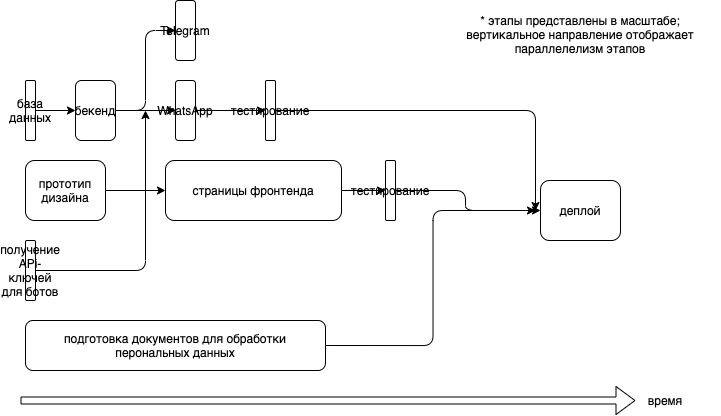
Earlier version of the draw.io export lab1-21.09.21/project_timeline.png (testpassword/Economics-of-software-engineering). Source tidied: cells renumbered, new cells last; positions are measured from the earlier drawing's top-left corner, leaving out a move shared by most shapes.
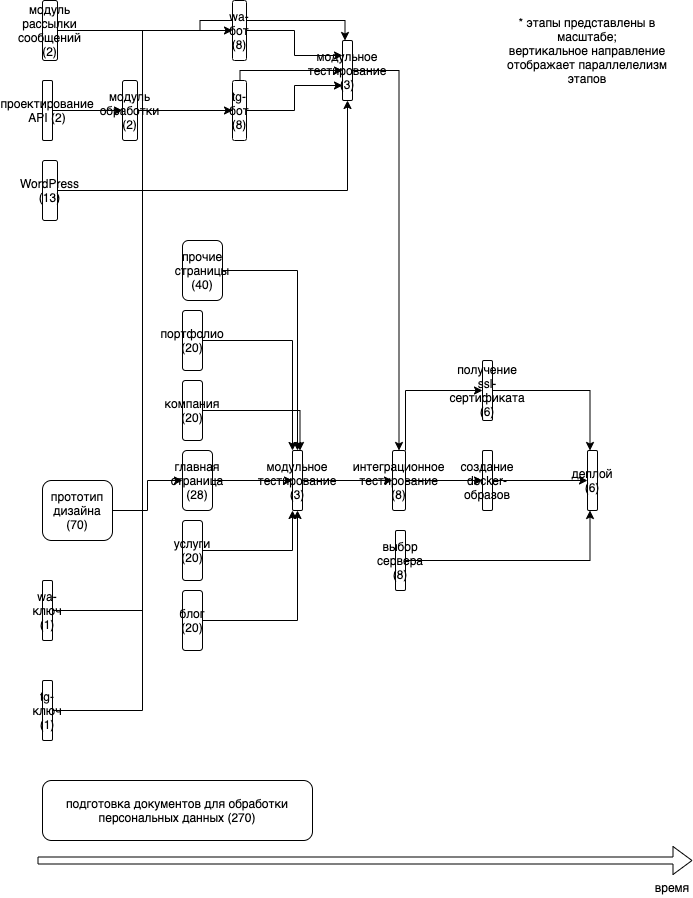
The same diagram one commit later.

Diff of the diagram source:
```diff
@@ -3,85 +3,151 @@
     <mxCell id="0" />
     <mxCell id="1" parent="0" />
     <mxCell id="2" value="время" style="text;html=1;strokeColor=none;fillColor=none;align=center;verticalAlign=middle;whiteSpace=wrap;rounded=0;" parent="1" vertex="1">
-      <mxGeometry x="625" y="390" width="40" height="20" as="geometry" />
+      <mxGeometry x="615" y="417" width="40" height="20" as="geometry" />
     </mxCell>
-    <mxCell id="3" value="подготовка документов для обработки перональных данных" style="rounded=1;whiteSpace=wrap;html=1;" parent="1" vertex="1">
-      <mxGeometry x="5" y="320" width="300" height="50" as="geometry" />
-    </mxCell>
-    <mxCell id="4" value="получение APi-ключей для ботов" style="rounded=1;whiteSpace=wrap;html=1;" parent="1" vertex="1">
-      <mxGeometry x="5" y="240" width="10" height="60" as="geometry" />
-    </mxCell>
-    <mxCell id="5" value="прототип дизайна" style="rounded=1;whiteSpace=wrap;html=1;" parent="1" vertex="1">
-      <mxGeometry x="5" y="160" width="80" height="60" as="geometry" />
-    </mxCell>
-    <mxCell id="6" value="страницы фронтенда" style="rounded=1;whiteSpace=wrap;html=1;" parent="1" vertex="1">
-      <mxGeometry x="145" y="160" width="176" height="60" as="geometry" />
-    </mxCell>
-    <mxCell id="7" value="тестирование" style="rounded=1;whiteSpace=wrap;html=1;" parent="1" vertex="1">
-      <mxGeometry x="365" y="160" width="10" height="60" as="geometry" />
-    </mxCell>
-    <mxCell id="8" value="база данных" style="rounded=1;whiteSpace=wrap;html=1;" parent="1" vertex="1">
-      <mxGeometry x="5" y="80" width="10" height="60" as="geometry" />
-    </mxCell>
-    <mxCell id="9" value="бекенд" style="rounded=1;whiteSpace=wrap;html=1;" parent="1" vertex="1">
-      <mxGeometry x="55" y="80" width="40" height="60" as="geometry" />
-    </mxCell>
-    <mxCell id="10" value="WhatsApp" style="rounded=1;whiteSpace=wrap;html=1;" parent="1" vertex="1">
-      <mxGeometry x="155" y="80" width="20" height="60" as="geometry" />
-    </mxCell>
-    <mxCell id="11" value="Telegram" style="rounded=1;whiteSpace=wrap;html=1;" parent="1" vertex="1">
-      <mxGeometry x="155" width="20" height="60" as="geometry" />
-    </mxCell>
-    <mxCell id="12" value="тестирование" style="rounded=1;whiteSpace=wrap;html=1;" parent="1" vertex="1">
-      <mxGeometry x="245" y="80" width="10" height="60" as="geometry" />
-    </mxCell>
-    <mxCell id="13" value="деплой" style="rounded=1;whiteSpace=wrap;html=1;" parent="1" vertex="1">
-      <mxGeometry x="520" y="180" width="80" height="60" as="geometry" />
-    </mxCell>
-    <mxCell id="14" style="endArrow=classic;html=1;exitX=1;exitY=0.5;exitDx=0;exitDy=0;entryX=0;entryY=0.5;entryDx=0;entryDy=0;" parent="1" edge="1" source="8" target="9">
-      <mxGeometry relative="1" as="geometry" />
-    </mxCell>
-    <mxCell id="15" style="endArrow=classic;html=1;exitX=1;exitY=0.5;exitDx=0;exitDy=0;entryX=0;entryY=0.5;entryDx=0;entryDy=0;" parent="1" edge="1" source="9" target="10">
-      <mxGeometry relative="1" as="geometry" />
-    </mxCell>
-    <mxCell id="16" style="endArrow=classic;html=1;exitX=1;exitY=0.5;exitDx=0;exitDy=0;entryX=0;entryY=0.5;entryDx=0;entryDy=0;edgeStyle=orthogonalEdgeStyle;elbow=vertical;" parent="1" edge="1" source="9" target="11">
-      <mxGeometry relative="1" as="geometry" />
-    </mxCell>
-    <mxCell id="17" style="endArrow=classic;html=1;exitX=1;exitY=0.5;exitDx=0;exitDy=0;entryX=0;entryY=0.5;entryDx=0;entryDy=0;edgeStyle=orthogonalEdgeStyle;" parent="1" edge="1" source="3" target="13">
-      <mxGeometry relative="1" as="geometry" />
-    </mxCell>
-    <mxCell id="18" style="endArrow=classic;html=1;exitX=1;exitY=0.5;exitDx=0;exitDy=0;edgeStyle=orthogonalEdgeStyle;" parent="1" edge="1" source="7">
-      <mxGeometry relative="1" as="geometry">
-        <mxPoint x="515" y="210" as="targetPoint" />
-      </mxGeometry>
-    </mxCell>
-    <mxCell id="19" style="endArrow=classic;html=1;exitX=1;exitY=0.5;exitDx=0;exitDy=0;entryX=0;entryY=0.5;entryDx=0;entryDy=0;" parent="1" edge="1" source="6" target="7">
-      <mxGeometry relative="1" as="geometry" />
-    </mxCell>
-    <mxCell id="20" style="endArrow=classic;html=1;exitX=1;exitY=0.5;exitDx=0;exitDy=0;entryX=0;entryY=0.5;entryDx=0;entryDy=0;" parent="1" edge="1" source="5" target="6">
-      <mxGeometry relative="1" as="geometry" />
-    </mxCell>
-    <mxCell id="21" style="endArrow=classic;html=1;exitX=1;exitY=0.5;exitDx=0;exitDy=0;entryX=0;entryY=0.5;entryDx=0;entryDy=0;" parent="1" edge="1" source="10" target="12">
-      <mxGeometry relative="1" as="geometry" />
-    </mxCell>
-    <mxCell id="22" style="endArrow=classic;html=1;exitX=1;exitY=0.5;exitDx=0;exitDy=0;edgeStyle=orthogonalEdgeStyle;" parent="1" edge="1" source="12">
-      <mxGeometry relative="1" as="geometry">
-        <mxPoint x="515" y="210" as="targetPoint" />
-      </mxGeometry>
-    </mxCell>
-    <mxCell id="23" style="endArrow=classic;html=1;exitX=1;exitY=0.5;exitDx=0;exitDy=0;edgeStyle=orthogonalEdgeStyle;" parent="1" edge="1" source="4">
-      <mxGeometry relative="1" as="geometry">
-        <mxPoint x="125" y="110" as="targetPoint" />
-      </mxGeometry>
-    </mxCell>
     <mxCell id="24" style="shape=flexArrow;endArrow=classic;html=1;width=7;" parent="1" edge="1">
       <mxGeometry relative="1" as="geometry">
         <mxPoint y="400" as="sourcePoint" />
-        <mxPoint x="615" y="400" as="targetPoint" />
+        <mxPoint x="655" y="400" as="targetPoint" />
       </mxGeometry>
     </mxCell>
     <mxCell id="25" value="* этапы представлены в масштабе;&lt;br&gt;вертикальное направление отображает параллелелизм этапов" style="text;html=1;strokeColor=none;fillColor=none;align=center;verticalAlign=middle;whiteSpace=wrap;rounded=0;" parent="1" vertex="1">
-      <mxGeometry x="420" y="24" width="280" height="20" as="geometry" />
+      <mxGeometry x="455" y="-420" width="190" height="20" as="geometry" />
     </mxCell>
+    <mxCell id="26" value="подготовка документов для обработки персональных данных (270)" style="rounded=1;whiteSpace=wrap;html=1;" parent="1" vertex="1">
+      <mxGeometry x="5" y="320" width="270" height="60" as="geometry" />
+    </mxCell>
+    <mxCell id="27" style="edgeStyle=orthogonalEdgeStyle;rounded=0;jettySize=auto;html=1;exitX=1;exitY=0.5;exitDx=0;exitDy=0;entryX=0;entryY=0.5;entryDx=0;entryDy=0;" parent="1" edge="1" source="28" target="59">
+      <mxGeometry relative="1" as="geometry" />
+    </mxCell>
+    <mxCell id="28" value="tg-ключ (1)" style="rounded=1;whiteSpace=wrap;html=1;" parent="1" vertex="1">
+      <mxGeometry x="5" y="220" width="10" height="60" as="geometry" />
+    </mxCell>
+    <mxCell id="29" style="edgeStyle=orthogonalEdgeStyle;rounded=0;jettySize=auto;html=1;exitX=1;exitY=0.5;exitDx=0;exitDy=0;entryX=0;entryY=0.5;entryDx=0;entryDy=0;" parent="1" edge="1" source="30" target="61">
+      <mxGeometry relative="1" as="geometry" />
+    </mxCell>
+    <mxCell id="30" value="wa-ключ (1)" style="rounded=1;whiteSpace=wrap;html=1;" parent="1" vertex="1">
+      <mxGeometry x="5" y="120" width="10" height="60" as="geometry" />
+    </mxCell>
+    <mxCell id="31" style="edgeStyle=orthogonalEdgeStyle;rounded=0;jettySize=auto;html=1;exitX=1;exitY=0.5;exitDx=0;exitDy=0;" parent="1" edge="1" source="32" target="34">
+      <mxGeometry relative="1" as="geometry" />
+    </mxCell>
+    <mxCell id="32" value="прототип дизайна (70)" style="rounded=1;whiteSpace=wrap;html=1;" parent="1" vertex="1">
+      <mxGeometry x="5" y="20" width="70" height="60" as="geometry" />
+    </mxCell>
+    <mxCell id="33" style="edgeStyle=orthogonalEdgeStyle;rounded=0;jettySize=auto;html=1;exitX=1;exitY=0.5;exitDx=0;exitDy=0;entryX=0;entryY=0.5;entryDx=0;entryDy=0;" parent="1" edge="1" source="34" target="46">
+      <mxGeometry relative="1" as="geometry" />
+    </mxCell>
+    <mxCell id="34" value="главная страница (28)" style="rounded=1;whiteSpace=wrap;html=1;" parent="1" vertex="1">
+      <mxGeometry x="145" y="-10" width="30" height="60" as="geometry" />
+    </mxCell>
+    <mxCell id="35" style="edgeStyle=orthogonalEdgeStyle;rounded=0;jettySize=auto;html=1;exitX=1;exitY=0.5;exitDx=0;exitDy=0;entryX=0.75;entryY=0;entryDx=0;entryDy=0;" parent="1" edge="1" source="36" target="46">
+      <mxGeometry relative="1" as="geometry" />
+    </mxCell>
+    <mxCell id="36" value="компания (20)" style="rounded=1;whiteSpace=wrap;html=1;" parent="1" vertex="1">
+      <mxGeometry x="145" y="-80" width="20" height="60" as="geometry" />
+    </mxCell>
+    <mxCell id="37" style="edgeStyle=orthogonalEdgeStyle;rounded=0;jettySize=auto;html=1;exitX=1;exitY=0.5;exitDx=0;exitDy=0;entryX=0;entryY=1;entryDx=0;entryDy=0;" parent="1" edge="1" source="38" target="46">
+      <mxGeometry relative="1" as="geometry" />
+    </mxCell>
+    <mxCell id="38" value="услуги (20)" style="rounded=1;whiteSpace=wrap;html=1;" parent="1" vertex="1">
+      <mxGeometry x="145" y="60" width="20" height="60" as="geometry" />
+    </mxCell>
+    <mxCell id="39" style="edgeStyle=orthogonalEdgeStyle;rounded=0;jettySize=auto;html=1;exitX=1;exitY=0.5;exitDx=0;exitDy=0;" parent="1" edge="1" source="40" target="46">
+      <mxGeometry relative="1" as="geometry" />
+    </mxCell>
+    <mxCell id="40" value="блог (20)" style="rounded=1;whiteSpace=wrap;html=1;" parent="1" vertex="1">
+      <mxGeometry x="145" y="130" width="20" height="60" as="geometry" />
+    </mxCell>
+    <mxCell id="41" style="edgeStyle=orthogonalEdgeStyle;rounded=0;jettySize=auto;html=1;exitX=1;exitY=0.5;exitDx=0;exitDy=0;entryX=0;entryY=0;entryDx=0;entryDy=0;" parent="1" edge="1" source="42" target="46">
+      <mxGeometry relative="1" as="geometry" />
+    </mxCell>
+    <mxCell id="42" value="портфолио (20)" style="rounded=1;whiteSpace=wrap;html=1;" parent="1" vertex="1">
+      <mxGeometry x="145" y="-150" width="20" height="60" as="geometry" />
+    </mxCell>
+    <mxCell id="43" style="edgeStyle=orthogonalEdgeStyle;rounded=0;jettySize=auto;html=1;exitX=1;exitY=0.5;exitDx=0;exitDy=0;" parent="1" edge="1" source="44" target="46">
+      <mxGeometry relative="1" as="geometry" />
+    </mxCell>
+    <mxCell id="44" value="прочие страницы (40)" style="rounded=1;whiteSpace=wrap;html=1;" parent="1" vertex="1">
+      <mxGeometry x="145" y="-220" width="40" height="60" as="geometry" />
+    </mxCell>
+    <mxCell id="45" style="edgeStyle=orthogonalEdgeStyle;rounded=0;jettySize=auto;html=1;exitX=1;exitY=0.5;exitDx=0;exitDy=0;entryX=0;entryY=0.5;entryDx=0;entryDy=0;" parent="1" edge="1" source="46" target="49">
+      <mxGeometry relative="1" as="geometry" />
+    </mxCell>
+    <mxCell id="46" value="модульное тестирование (3)" style="rounded=1;whiteSpace=wrap;html=1;" parent="1" vertex="1">
+      <mxGeometry x="255" y="-10" width="10" height="60" as="geometry" />
+    </mxCell>
+    <mxCell id="47" style="edgeStyle=orthogonalEdgeStyle;rounded=0;jettySize=auto;html=1;exitX=1;exitY=0.5;exitDx=0;exitDy=0;entryX=0;entryY=0.5;entryDx=0;entryDy=0;" parent="1" edge="1" source="49" target="67">
+      <mxGeometry relative="1" as="geometry" />
+    </mxCell>
+    <mxCell id="48" style="edgeStyle=orthogonalEdgeStyle;rounded=0;jettySize=auto;html=1;exitX=1;exitY=0;exitDx=0;exitDy=0;entryX=0;entryY=0.5;entryDx=0;entryDy=0;" parent="1" edge="1" source="49" target="65">
+      <mxGeometry relative="1" as="geometry" />
+    </mxCell>
+    <mxCell id="49" value="интеграционное тестирование (8)" style="rounded=1;whiteSpace=wrap;html=1;" parent="1" vertex="1">
+      <mxGeometry x="355" y="-10" width="13" height="60" as="geometry" />
+    </mxCell>
+    <mxCell id="50" style="edgeStyle=orthogonalEdgeStyle;rounded=0;jettySize=auto;html=1;exitX=1;exitY=0.5;exitDx=0;exitDy=0;" parent="1" edge="1" source="51" target="63">
+      <mxGeometry relative="1" as="geometry" />
+    </mxCell>
+    <mxCell id="51" value="WordPress (13)" style="rounded=1;whiteSpace=wrap;html=1;" parent="1" vertex="1">
+      <mxGeometry x="5" y="-300" width="15" height="60" as="geometry" />
+    </mxCell>
+    <mxCell id="52" style="edgeStyle=orthogonalEdgeStyle;rounded=0;jettySize=auto;html=1;exitX=1;exitY=0.5;exitDx=0;exitDy=0;entryX=0;entryY=0.5;entryDx=0;entryDy=0;" parent="1" edge="1" source="53" target="55">
+      <mxGeometry relative="1" as="geometry" />
+    </mxCell>
+    <mxCell id="53" value="проектирование API (2)" style="rounded=1;whiteSpace=wrap;html=1;" parent="1" vertex="1">
+      <mxGeometry x="5" y="-380" width="10" height="60" as="geometry" />
+    </mxCell>
+    <mxCell id="54" style="edgeStyle=orthogonalEdgeStyle;rounded=0;jettySize=auto;html=1;exitX=1;exitY=0.5;exitDx=0;exitDy=0;" parent="1" edge="1" source="55" target="63">
+      <mxGeometry relative="1" as="geometry" />
+    </mxCell>
+    <mxCell id="55" value="модуль обработки (2)" style="rounded=1;whiteSpace=wrap;html=1;" parent="1" vertex="1">
+      <mxGeometry x="85" y="-380" width="15" height="60" as="geometry" />
+    </mxCell>
+    <mxCell id="56" style="edgeStyle=orthogonalEdgeStyle;rounded=0;jettySize=auto;html=1;exitX=1;exitY=0.5;exitDx=0;exitDy=0;entryX=0.25;entryY=0;entryDx=0;entryDy=0;" parent="1" edge="1" source="57" target="63">
+      <mxGeometry relative="1" as="geometry" />
+    </mxCell>
+    <mxCell id="57" value="модуль рассылки сообщений (2)" style="rounded=1;whiteSpace=wrap;html=1;" parent="1" vertex="1">
+      <mxGeometry x="5" y="-460" width="15" height="60" as="geometry" />
+    </mxCell>
+    <mxCell id="58" style="edgeStyle=orthogonalEdgeStyle;rounded=0;jettySize=auto;html=1;exitX=1;exitY=0.5;exitDx=0;exitDy=0;entryX=0;entryY=0.75;entryDx=0;entryDy=0;" parent="1" edge="1" source="59" target="63">
+      <mxGeometry relative="1" as="geometry" />
+    </mxCell>
+    <mxCell id="59" value="tg-бот (8)" style="rounded=1;whiteSpace=wrap;html=1;" parent="1" vertex="1">
+      <mxGeometry x="195" y="-380" width="14" height="60" as="geometry" />
+    </mxCell>
+    <mxCell id="60" style="edgeStyle=orthogonalEdgeStyle;rounded=0;jettySize=auto;html=1;exitX=1;exitY=0.5;exitDx=0;exitDy=0;entryX=0;entryY=0.25;entryDx=0;entryDy=0;" parent="1" edge="1" source="61" target="63">
+      <mxGeometry relative="1" as="geometry" />
+    </mxCell>
+    <mxCell id="61" value="wa-бот (8)" style="rounded=1;whiteSpace=wrap;html=1;" parent="1" vertex="1">
+      <mxGeometry x="195" y="-460" width="14" height="60" as="geometry" />
+    </mxCell>
+    <mxCell id="62" style="edgeStyle=orthogonalEdgeStyle;rounded=0;jettySize=auto;html=1;exitX=1;exitY=0.5;exitDx=0;exitDy=0;" parent="1" edge="1" source="63" target="49">
+      <mxGeometry relative="1" as="geometry" />
+    </mxCell>
+    <mxCell id="63" value="модульное тестирование (3)" style="rounded=1;whiteSpace=wrap;html=1;" parent="1" vertex="1">
+      <mxGeometry x="305" y="-420" width="10" height="60" as="geometry" />
+    </mxCell>
+    <mxCell id="64" style="edgeStyle=orthogonalEdgeStyle;rounded=0;jettySize=auto;html=1;exitX=1;exitY=0.5;exitDx=0;exitDy=0;entryX=0.25;entryY=0;entryDx=0;entryDy=0;" parent="1" edge="1" source="65" target="70">
+      <mxGeometry relative="1" as="geometry" />
+    </mxCell>
+    <mxCell id="65" value="получение ssl-сертификата (6)" style="rounded=1;whiteSpace=wrap;html=1;" parent="1" vertex="1">
+      <mxGeometry x="445" y="-100" width="10" height="60" as="geometry" />
+    </mxCell>
+    <mxCell id="66" style="edgeStyle=orthogonalEdgeStyle;rounded=0;jettySize=auto;html=1;exitX=1;exitY=0.5;exitDx=0;exitDy=0;entryX=0;entryY=0.5;entryDx=0;entryDy=0;" parent="1" edge="1" source="67" target="70">
+      <mxGeometry relative="1" as="geometry" />
+    </mxCell>
+    <mxCell id="67" value="создание docker-образов" style="rounded=1;whiteSpace=wrap;html=1;" parent="1" vertex="1">
+      <mxGeometry x="445" y="-10" width="10" height="60" as="geometry" />
+    </mxCell>
+    <mxCell id="68" style="edgeStyle=orthogonalEdgeStyle;rounded=0;jettySize=auto;html=1;exitX=1;exitY=0.5;exitDx=0;exitDy=0;entryX=0.25;entryY=1;entryDx=0;entryDy=0;" parent="1" edge="1" source="69" target="70">
+      <mxGeometry relative="1" as="geometry" />
+    </mxCell>
+    <mxCell id="69" value="выбор сервера (8)" style="rounded=1;whiteSpace=wrap;html=1;" parent="1" vertex="1">
+      <mxGeometry x="358" y="70" width="10" height="60" as="geometry" />
+    </mxCell>
+    <mxCell id="70" value="деплой (6)" style="rounded=1;whiteSpace=wrap;html=1;" parent="1" vertex="1">
+      <mxGeometry x="550" y="-10" width="10" height="60" as="geometry" />
+    </mxCell>
   </root>
 </mxGraphModel>
```
